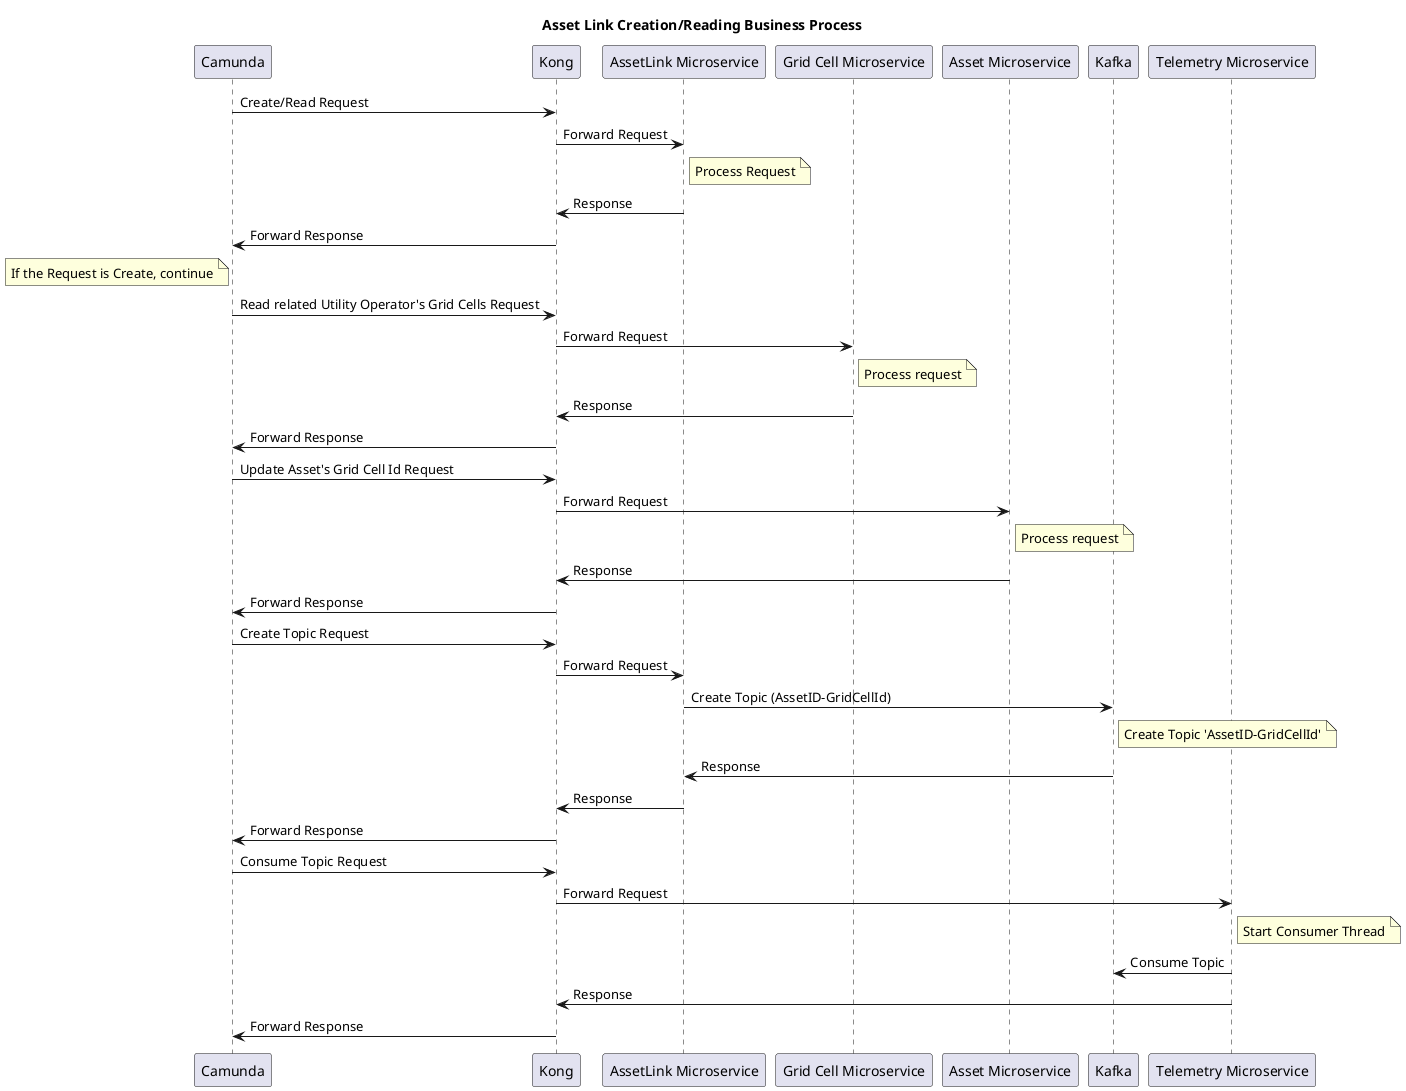
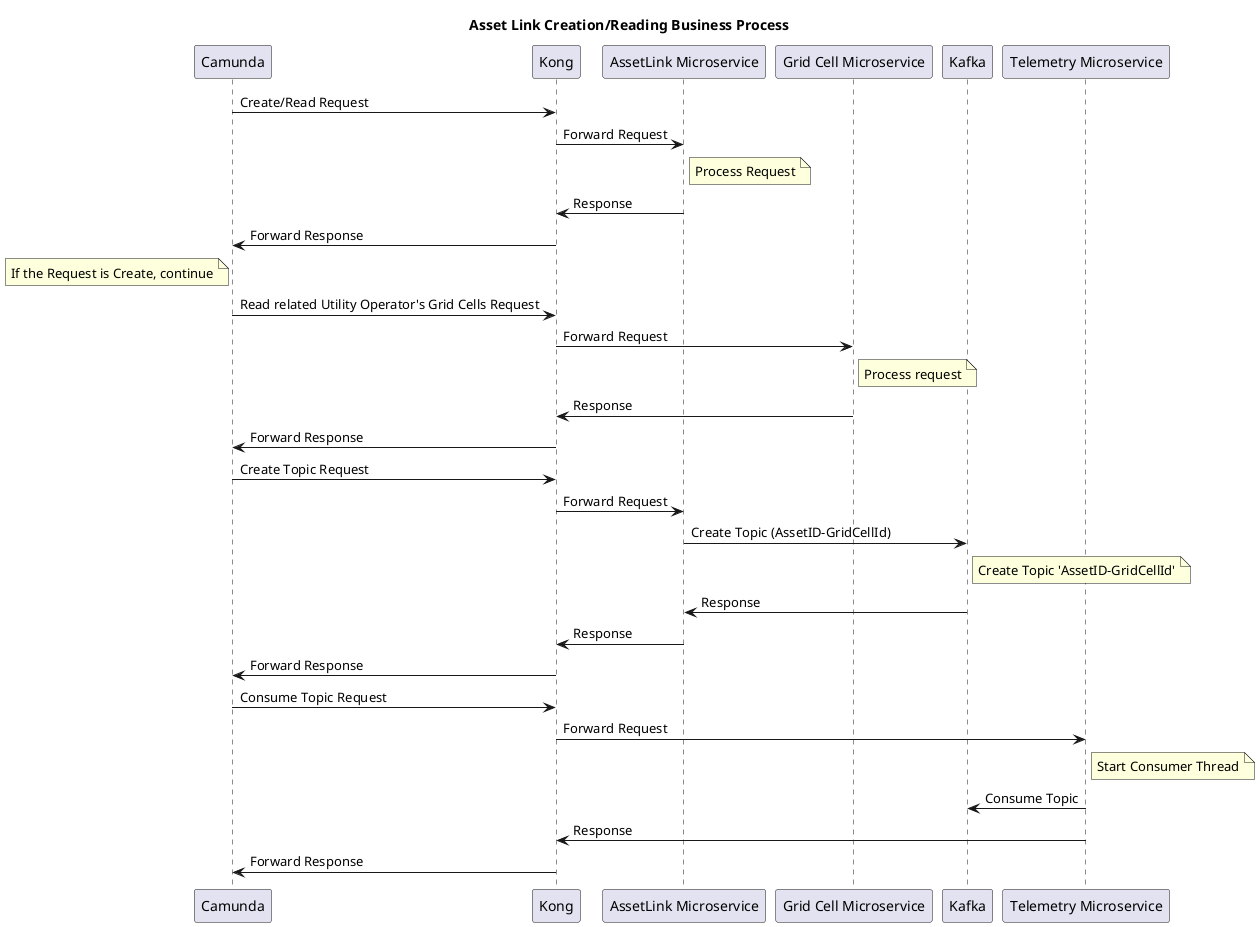
@startuml AssetLinkManagement
title Asset Link Creation/Reading Business Process

/'
In order to create an asset link we need to first make a contract between the prosumer and utility operator. POST /AssetLink
Fetch all potential grid cells from the contracted Utility Operator. GET /GridCells/by-operator-ids?operatorIds=<id>
- Assign a grid cell to the asset(s) using the Asset MicroService PUT /Asset
+ Pick one of the operator's grid cells (Camunda form) — the chosen cell is used only for topic creation.
Create a new topic(s) in Kafka using the AssetLink microservice POST /AssetLink/topic/{assetId}/{gridCellId}
Activate the consumption of said topic(s) by the Telemetry Microservice POST /Telemetry/consume
'/

participant Camunda
participant Kong
participant "AssetLink Microservice" as Link
participant "Grid Cell Microservice" as GC
- participant "Asset Microservice" as Asset
participant Kafka
participant "Telemetry Microservice" as Tel

Camunda -> Kong : Create/Read Request
Kong -> Link : Forward Request
note right of Link : Process Request
Link -> Kong : Response
Kong -> Camunda : Forward Response

note left of Camunda : If the Request is Create, continue

Camunda -> Kong : Read related Utility Operator's Grid Cells Request
Kong -> GC : Forward Request
note right of GC : Process request
GC -> Kong : Response
Kong -> Camunda : Forward Response

- Camunda -> Kong : Update Asset's Grid Cell Id Request
- Kong -> Asset : Forward Request
- note right of Asset : Process request
- Asset -> Kong : Response
- Kong -> Camunda : Forward Response
- 
Camunda -> Kong : Create Topic Request
Kong -> Link : Forward Request
Link -> Kafka : Create Topic (AssetID-GridCellId)
note right of Kafka : Create Topic 'AssetID-GridCellId'
Kafka -> Link : Response
Link -> Kong : Response
Kong -> Camunda : Forward Response

Camunda -> Kong : Consume Topic Request
Kong -> Tel : Forward Request
note right of Tel : Start Consumer Thread
Tel -> Kafka : Consume Topic
Tel -> Kong : Response
Kong -> Camunda : Forward Response
@enduml